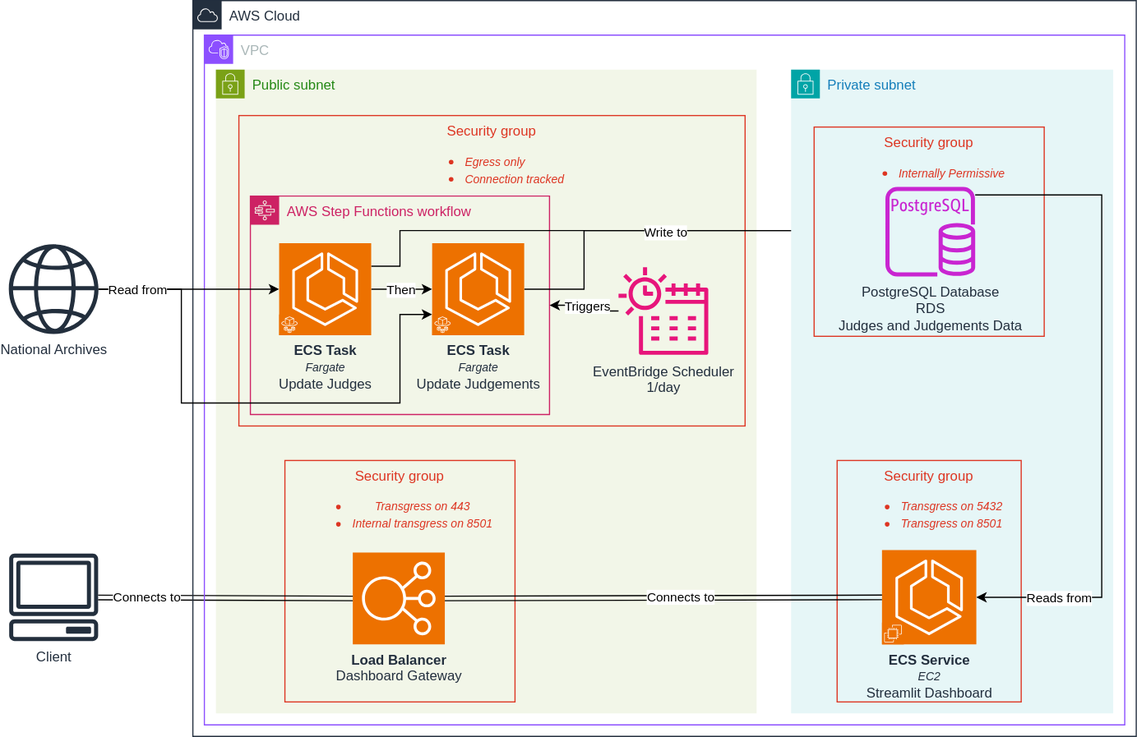
The draw.io diagram dev-resources/architecture-diagram.svg in anisahhoque/c15-court-transcript-pipeline, before a commit. Source tidied: cells renumbered, new cells last; positions are measured from the earlier drawing's top-left corner, leaving out a move shared by most shapes.
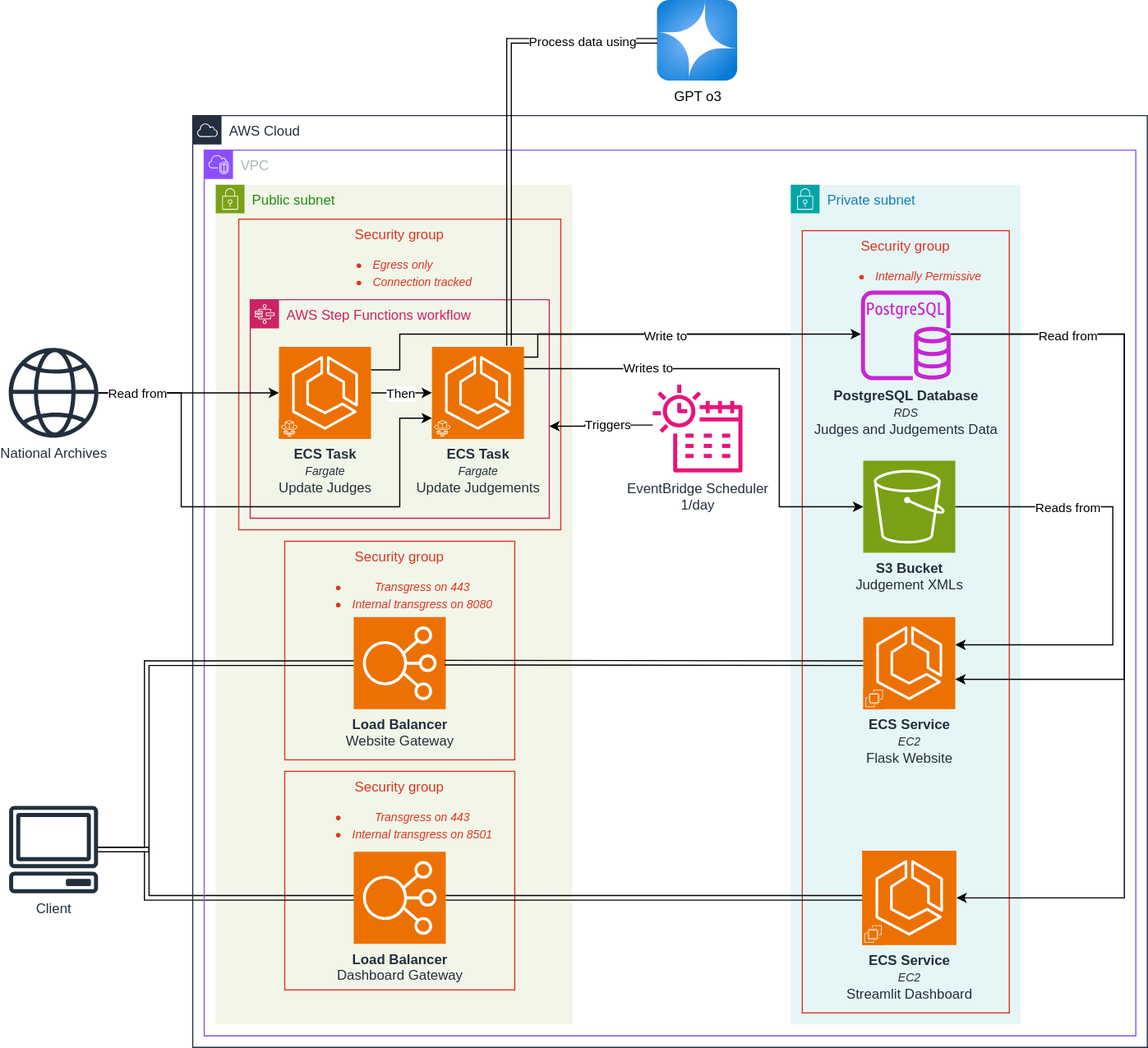
The same diagram one commit later.

Commit message:
Adds website and GPT to architecture diagram

Diff of the diagram source:
```diff
@@ -3,30 +3,35 @@
     <mxCell id="0" />
     <mxCell id="1" parent="0" />
     <mxCell id="2" value="Public subnet" style="gradientColor=none;html=1;whiteSpace=wrap;fontSize=12;fontStyle=0;shape=mxgraph.aws4.group;grIcon=mxgraph.aws4.group_security_group;grStroke=0;strokeColor=#7AA116;fillColor=#F2F6E8;verticalAlign=top;align=left;spacingLeft=30;fontColor=#248814;dashed=0;" parent="1" vertex="1">
-      <mxGeometry x="180" y="60" width="470" height="560" as="geometry" />
+      <mxGeometry x="180" y="70" width="310" height="730" as="geometry" />
     </mxCell>
     <mxCell id="3" value="Security group&lt;div&gt;&lt;ul&gt;&lt;li style=&quot;text-align: left;&quot;&gt;&lt;i&gt;&lt;font style=&quot;font-size: 10px;&quot;&gt;Egress only&lt;/font&gt;&lt;/i&gt;&lt;/li&gt;&lt;li&gt;&lt;i&gt;&lt;font style=&quot;font-size: 10px;&quot;&gt;Connection t&lt;/font&gt;&lt;/i&gt;&lt;i style=&quot;background-color: transparent; color: light-dark(rgb(221, 53, 34), rgb(255, 133, 117));&quot;&gt;&lt;font style=&quot;font-size: 10px;&quot;&gt;racked&lt;/font&gt;&lt;/i&gt;&lt;/li&gt;&lt;/ul&gt;&lt;/div&gt;" style="fillColor=none;strokeColor=#DD3522;verticalAlign=top;fontStyle=0;fontColor=#DD3522;whiteSpace=wrap;html=1;" parent="1" vertex="1">
-      <mxGeometry x="200" y="100" width="440" height="270" as="geometry" />
+      <mxGeometry x="200" y="100" width="280" height="270" as="geometry" />
     </mxCell>
     <mxCell id="4" value="Security group&lt;div&gt;&lt;ul&gt;&lt;li&gt;&lt;span style=&quot;background-color: transparent; color: light-dark(rgb(221, 53, 34), rgb(255, 133, 117));&quot;&gt;&lt;font style=&quot;font-size: 10px;&quot;&gt;&lt;i&gt;Transgress on 443&lt;/i&gt;&lt;/font&gt;&lt;/span&gt;&lt;/li&gt;&lt;li&gt;&lt;span style=&quot;background-color: transparent; color: light-dark(rgb(221, 53, 34), rgb(255, 133, 117));&quot;&gt;&lt;font style=&quot;font-size: 10px;&quot;&gt;&lt;i&gt;Internal transgress on 8501&lt;/i&gt;&lt;/font&gt;&lt;/span&gt;&lt;/li&gt;&lt;/ul&gt;&lt;/div&gt;" style="fillColor=none;strokeColor=#DD3522;verticalAlign=top;fontStyle=0;fontColor=#DD3522;whiteSpace=wrap;html=1;" parent="1" vertex="1">
-      <mxGeometry x="240" y="400" width="200" height="210" as="geometry" />
+      <mxGeometry x="240" y="580" width="200" height="190" as="geometry" />
     </mxCell>
     <mxCell id="5" value="&lt;b&gt;Load Balancer&lt;/b&gt;&lt;div&gt;Dashboard Gateway&lt;/div&gt;" style="sketch=0;points=[[0,0,0],[0.25,0,0],[0.5,0,0],[0.75,0,0],[1,0,0],[0,1,0],[0.25,1,0],[0.5,1,0],[0.75,1,0],[1,1,0],[0,0.25,0],[0,0.5,0],[0,0.75,0],[1,0.25,0],[1,0.5,0],[1,0.75,0]];outlineConnect=0;fontColor=#232F3E;fillColor=#ED7100;strokeColor=#ffffff;dashed=0;verticalLabelPosition=bottom;verticalAlign=top;align=center;html=1;fontSize=12;fontStyle=0;shape=mxgraph.aws4.resourceIcon;resIcon=mxgraph.aws4.elastic_load_balancing;" parent="1" vertex="1">
-      <mxGeometry x="299" y="480" width="80" height="80" as="geometry" />
+      <mxGeometry x="300" y="650" width="80" height="80" as="geometry" />
     </mxCell>
     <mxCell id="6" value="AWS Step Functions workflow" style="points=[[0,0],[0.25,0],[0.5,0],[0.75,0],[1,0],[1,0.25],[1,0.5],[1,0.75],[1,1],[0.75,1],[0.5,1],[0.25,1],[0,1],[0,0.75],[0,0.5],[0,0.25]];outlineConnect=0;gradientColor=none;html=1;whiteSpace=wrap;fontSize=12;fontStyle=0;shape=mxgraph.aws4.group;grIcon=mxgraph.aws4.group_aws_step_functions_workflow;strokeColor=#CD2264;fillColor=none;verticalAlign=top;align=left;spacingLeft=30;fontColor=#CD2264;dashed=0;" parent="1" vertex="1">
       <mxGeometry x="210" y="170" width="260" height="190" as="geometry" />
     </mxCell>
     <mxCell id="7" style="edgeStyle=orthogonalEdgeStyle;rounded=0;jettySize=auto;html=1;" parent="1" edge="1" source="9" target="6">
-      <mxGeometry relative="1" as="geometry" />
+      <mxGeometry relative="1" as="geometry">
+        <Array as="points">
+          <mxPoint x="501" y="279" />
+          <mxPoint x="501" y="280" />
+        </Array>
+      </mxGeometry>
     </mxCell>
     <mxCell id="8" value="Triggers" style="edgeLabel;html=1;align=center;verticalAlign=middle;" parent="7" vertex="1">
       <mxGeometry x="0.07" y="-1" relative="1" as="geometry">
-        <mxPoint x="2" y="1" as="offset" />
+        <mxPoint x="9" as="offset" />
       </mxGeometry>
     </mxCell>
     <mxCell id="9" value="EventBridge Scheduler&lt;div&gt;1/day&lt;/div&gt;" style="sketch=0;outlineConnect=0;fontColor=#232F3E;gradientColor=none;fillColor=#E7157B;strokeColor=none;dashed=0;verticalLabelPosition=bottom;verticalAlign=top;align=center;html=1;fontSize=12;fontStyle=0;shape=mxgraph.aws4.eventbridge_scheduler;" parent="1" vertex="1">
-      <mxGeometry x="530" y="231" width="78" height="78" as="geometry" />
+      <mxGeometry x="560" y="243" width="78" height="78" as="geometry" />
     </mxCell>
     <mxCell id="10" style="edgeStyle=orthogonalEdgeStyle;rounded=0;jettySize=auto;html=1;exitX=1;exitY=0.25;exitDx=0;exitDy=0;exitPerimeter=0;" parent="1" edge="1" source="32" target="26">
       <mxGeometry relative="1" as="geometry">
@@ -40,65 +45,44 @@
       <mxGeometry y="212" width="78" height="78" as="geometry" />
     </mxCell>
     <mxCell id="12" value="Client" style="sketch=0;outlineConnect=0;fontColor=#232F3E;gradientColor=none;fillColor=#232F3D;strokeColor=none;dashed=0;verticalLabelPosition=bottom;verticalAlign=top;align=center;html=1;fontSize=12;fontStyle=0;shape=mxgraph.aws4.client;" parent="1" vertex="1">
-      <mxGeometry y="481" width="78" height="76" as="geometry" />
+      <mxGeometry y="610" width="78" height="76" as="geometry" />
     </mxCell>
     <mxCell id="13" style="shape=link;html=1;rounded=0;entryX=0;entryY=0.5;entryDx=0;entryDy=0;entryPerimeter=0;" parent="1" edge="1" source="12" target="5">
-      <mxGeometry relative="1" as="geometry" />
+      <mxGeometry relative="1" as="geometry">
+        <Array as="points">
+          <mxPoint x="120" y="648" />
+          <mxPoint x="120" y="690" />
+        </Array>
+      </mxGeometry>
     </mxCell>
-    <mxCell id="14" value="Connects to" style="edgeLabel;html=1;align=center;verticalAlign=middle;" parent="13" vertex="1">
-      <mxGeometry x="0.04" y="1" relative="1" as="geometry">
-        <mxPoint x="-73" as="offset" />
-      </mxGeometry>
-    </mxCell>
     <mxCell id="15" value="VPC" style="gradientColor=none;html=1;whiteSpace=wrap;fontSize=12;fontStyle=0;shape=mxgraph.aws4.group;grIcon=mxgraph.aws4.group_vpc2;strokeColor=#8C4FFF;fillColor=none;verticalAlign=top;align=left;spacingLeft=30;fontColor=#AAB7B8;dashed=0;" parent="1" vertex="1">
-      <mxGeometry x="170" y="30" width="800" height="600" as="geometry" />
+      <mxGeometry x="170" y="40" width="810" height="770" as="geometry" />
     </mxCell>
     <mxCell id="16" value="AWS Cloud" style="gradientColor=none;html=1;whiteSpace=wrap;fontSize=12;fontStyle=0;shape=mxgraph.aws4.group;grIcon=mxgraph.aws4.group_aws_cloud;strokeColor=#232F3E;fillColor=none;verticalAlign=top;align=left;spacingLeft=30;fontColor=#232F3E;dashed=0;" parent="1" vertex="1">
-      <mxGeometry x="160" width="820" height="640" as="geometry" />
+      <mxGeometry x="160" y="10" width="830" height="810" as="geometry" />
     </mxCell>
-    <mxCell id="17" style="edgeStyle=orthogonalEdgeStyle;rounded=0;jettySize=auto;html=1;exitX=1;exitY=0.5;exitDx=0;exitDy=0;exitPerimeter=0;" parent="1" edge="1" source="34" target="26">
-      <mxGeometry relative="1" as="geometry">
-        <Array as="points">
-          <mxPoint x="500" y="251" />
-          <mxPoint x="500" y="200" />
-        </Array>
-      </mxGeometry>
-    </mxCell>
-    <mxCell id="18" value="Write to" style="edgeLabel;html=1;align=center;verticalAlign=middle;" parent="17" vertex="1">
-      <mxGeometry x="0.19" y="2" relative="1" as="geometry">
-        <mxPoint x="-45" y="3" as="offset" />
-      </mxGeometry>
-    </mxCell>
     <mxCell id="19" value="Private subnet" style="gradientColor=none;html=1;whiteSpace=wrap;fontSize=12;fontStyle=0;shape=mxgraph.aws4.group;grIcon=mxgraph.aws4.group_security_group;grStroke=0;strokeColor=#00A4A6;fillColor=#E6F6F7;verticalAlign=top;align=left;spacingLeft=30;fontColor=#147EBA;dashed=0;" parent="1" vertex="1">
-      <mxGeometry x="680" y="60" width="280" height="560" as="geometry" />
+      <mxGeometry x="680" y="70" width="200" height="730" as="geometry" />
     </mxCell>
     <mxCell id="20" value="Security group&lt;div&gt;&lt;ul&gt;&lt;li&gt;&lt;font style=&quot;font-size: 10px;&quot;&gt;&lt;i&gt;Internally Permissive&lt;/i&gt;&lt;/font&gt;&lt;/li&gt;&lt;/ul&gt;&lt;/div&gt;" style="fillColor=none;strokeColor=#DD3522;verticalAlign=top;fontStyle=0;fontColor=#DD3522;whiteSpace=wrap;html=1;" parent="1" vertex="1">
-      <mxGeometry x="700" y="110" width="200" height="182" as="geometry" />
+      <mxGeometry x="690" y="110" width="180" height="680" as="geometry" />
     </mxCell>
-    <mxCell id="21" value="Security group&lt;div&gt;&lt;ul&gt;&lt;li&gt;&lt;span style=&quot;background-color: transparent; color: light-dark(rgb(221, 53, 34), rgb(255, 133, 117));&quot;&gt;&lt;font style=&quot;font-size: 10px;&quot;&gt;&lt;i&gt;Transgress on 5432&lt;/i&gt;&lt;/font&gt;&lt;/span&gt;&lt;/li&gt;&lt;li&gt;&lt;span style=&quot;background-color: transparent; color: light-dark(rgb(221, 53, 34), rgb(255, 133, 117));&quot;&gt;&lt;font style=&quot;font-size: 10px;&quot;&gt;&lt;i&gt;Transgress on 8501&lt;/i&gt;&lt;/font&gt;&lt;/span&gt;&lt;/li&gt;&lt;/ul&gt;&lt;/div&gt;" style="fillColor=none;strokeColor=#DD3522;verticalAlign=top;fontStyle=0;fontColor=#DD3522;whiteSpace=wrap;html=1;" parent="1" vertex="1">
-      <mxGeometry x="720" y="400" width="160" height="210" as="geometry" />
-    </mxCell>
     <mxCell id="22" value="&lt;b&gt;ECS Service&lt;/b&gt;&lt;div&gt;&lt;i&gt;&lt;font style=&quot;font-size: 10px;&quot;&gt;EC2&lt;/font&gt;&lt;/i&gt;&lt;/div&gt;&lt;div&gt;Streamlit Dashboard&lt;/div&gt;" style="sketch=0;points=[[0,0,0],[0.25,0,0],[0.5,0,0],[0.75,0,0],[1,0,0],[0,1,0],[0.25,1,0],[0.5,1,0],[0.75,1,0],[1,1,0],[0,0.25,0],[0,0.5,0],[0,0.75,0],[1,0.25,0],[1,0.5,0],[1,0.75,0]];outlineConnect=0;fontColor=#232F3E;fillColor=#ED7100;strokeColor=#ffffff;dashed=0;verticalLabelPosition=bottom;verticalAlign=top;align=center;html=1;fontSize=12;fontStyle=0;shape=mxgraph.aws4.resourceIcon;resIcon=mxgraph.aws4.ecs;" parent="1" vertex="1">
-      <mxGeometry x="759" y="478" width="82" height="82" as="geometry" />
+      <mxGeometry x="742" y="649" width="82" height="82" as="geometry" />
     </mxCell>
     <mxCell id="23" style="sketch=0;fontColor=#232F3E;fillColor=#ED7100;strokeColor=#ffffff;dashed=0;verticalLabelPosition=bottom;verticalAlign=top;align=center;html=1;fontSize=12;fontStyle=0;shape=mxgraph.aws4.resourceIcon;resIcon=mxgraph.aws4.ec2;" parent="1" vertex="1">
-      <mxGeometry x="759" y="541" width="19" height="19" as="geometry" />
+      <mxGeometry x="742" y="712" width="19" height="19" as="geometry" />
     </mxCell>
     <mxCell id="24" style="edgeStyle=orthogonalEdgeStyle;rounded=0;jettySize=auto;html=1;" parent="1" edge="1" source="26" target="22">
       <mxGeometry relative="1" as="geometry">
         <Array as="points">
-          <mxPoint x="950" y="169" />
-          <mxPoint x="950" y="519" />
+          <mxPoint x="970" y="200" />
+          <mxPoint x="970" y="690" />
         </Array>
       </mxGeometry>
     </mxCell>
-    <mxCell id="25" value="Reads from" style="edgeLabel;html=1;align=center;verticalAlign=middle;" parent="24" vertex="1">
-      <mxGeometry x="0.78" relative="1" as="geometry">
-        <mxPoint x="9" as="offset" />
-      </mxGeometry>
-    </mxCell>
-    <mxCell id="26" value="PostgreSQL Database&lt;div&gt;RDS&lt;/div&gt;&lt;div&gt;Judges and Judgements Data&lt;/div&gt;" style="sketch=0;outlineConnect=0;fontColor=#232F3E;gradientColor=none;fillColor=#C925D1;strokeColor=none;dashed=0;verticalLabelPosition=bottom;verticalAlign=top;align=center;html=1;fontSize=12;fontStyle=0;shape=mxgraph.aws4.rds_postgresql_instance;" parent="1" vertex="1">
-      <mxGeometry x="762" y="162" width="78" height="78" as="geometry" />
+    <mxCell id="26" value="&lt;b&gt;PostgreSQL Database&lt;/b&gt;&lt;div&gt;&lt;font style=&quot;font-size: 10px;&quot;&gt;&lt;i&gt;RDS&lt;/i&gt;&lt;/font&gt;&lt;/div&gt;&lt;div&gt;Judges and Judgements Data&lt;/div&gt;" style="sketch=0;outlineConnect=0;fontColor=#232F3E;gradientColor=none;fillColor=#C925D1;strokeColor=none;dashed=0;verticalLabelPosition=bottom;verticalAlign=top;align=center;html=1;fontSize=12;fontStyle=0;shape=mxgraph.aws4.rds_postgresql_instance;" parent="1" vertex="1">
+      <mxGeometry x="741" y="162" width="78" height="78" as="geometry" />
     </mxCell>
     <mxCell id="27" style="edgeStyle=orthogonalEdgeStyle;rounded=0;jettySize=auto;html=1;entryX=0;entryY=0.5;entryDx=0;entryDy=0;entryPerimeter=0;" parent="1" edge="1" source="11" target="32">
       <mxGeometry relative="1" as="geometry" />
@@ -141,10 +125,100 @@
     <mxCell id="36" style="shape=link;html=1;rounded=0;exitX=1;exitY=0.5;exitDx=0;exitDy=0;exitPerimeter=0;" parent="1" edge="1" source="5" target="22">
       <mxGeometry relative="1" as="geometry" />
     </mxCell>
-    <mxCell id="37" value="Connects to" style="edgeLabel;html=1;align=center;verticalAlign=middle;" parent="36" vertex="1">
-      <mxGeometry x="0.04" y="1" relative="1" as="geometry">
-        <mxPoint x="8" as="offset" />
-      </mxGeometry>
-    </mxCell>
+    <mxCell id="17" style="edgeStyle=orthogonalEdgeStyle;rounded=0;jettySize=auto;html=1;" parent="1" edge="1" target="26">
+      <mxGeometry relative="1" as="geometry">
+        <mxPoint x="448" y="220" as="sourcePoint" />
+        <Array as="points">
+          <mxPoint x="460" y="220" />
+          <mxPoint x="460" y="200" />
+        </Array>
+      </mxGeometry>
+    </mxCell>
+    <mxCell id="18" value="Write to" style="edgeLabel;html=1;align=center;verticalAlign=middle;" parent="17" vertex="1">
+      <mxGeometry x="0.19" y="2" relative="1" as="geometry">
+        <mxPoint x="-45" y="3" as="offset" />
+      </mxGeometry>
+    </mxCell>
+    <mxCell id="38" value="Security group&lt;div&gt;&lt;ul&gt;&lt;li&gt;&lt;span style=&quot;background-color: transparent; color: light-dark(rgb(221, 53, 34), rgb(255, 133, 117));&quot;&gt;&lt;font style=&quot;font-size: 10px;&quot;&gt;&lt;i&gt;Transgress on 443&lt;/i&gt;&lt;/font&gt;&lt;/span&gt;&lt;/li&gt;&lt;li&gt;&lt;span style=&quot;background-color: transparent; color: light-dark(rgb(221, 53, 34), rgb(255, 133, 117));&quot;&gt;&lt;font style=&quot;font-size: 10px;&quot;&gt;&lt;i&gt;Internal transgress on 8080&lt;/i&gt;&lt;/font&gt;&lt;/span&gt;&lt;/li&gt;&lt;/ul&gt;&lt;/div&gt;" style="fillColor=none;strokeColor=#DD3522;verticalAlign=top;fontStyle=0;fontColor=#DD3522;whiteSpace=wrap;html=1;" parent="1" vertex="1">
+      <mxGeometry x="240" y="380" width="200" height="190" as="geometry" />
+    </mxCell>
+    <mxCell id="39" value="&lt;b&gt;Load Balancer&lt;/b&gt;&lt;div&gt;Website Gateway&lt;/div&gt;" style="sketch=0;points=[[0,0,0],[0.25,0,0],[0.5,0,0],[0.75,0,0],[1,0,0],[0,1,0],[0.25,1,0],[0.5,1,0],[0.75,1,0],[1,1,0],[0,0.25,0],[0,0.5,0],[0,0.75,0],[1,0.25,0],[1,0.5,0],[1,0.75,0]];outlineConnect=0;fontColor=#232F3E;fillColor=#ED7100;strokeColor=#ffffff;dashed=0;verticalLabelPosition=bottom;verticalAlign=top;align=center;html=1;fontSize=12;fontStyle=0;shape=mxgraph.aws4.resourceIcon;resIcon=mxgraph.aws4.elastic_load_balancing;" parent="1" vertex="1">
+      <mxGeometry x="300" y="446" width="80" height="80" as="geometry" />
+    </mxCell>
+    <mxCell id="40" style="edgeStyle=orthogonalEdgeStyle;rounded=0;jettySize=auto;html=1;" parent="1" edge="1" source="41" target="42">
+      <mxGeometry relative="1" as="geometry">
+        <Array as="points">
+          <mxPoint x="960" y="350" />
+          <mxPoint x="960" y="470" />
+        </Array>
+      </mxGeometry>
+    </mxCell>
+    <mxCell id="25" value="Reads from" style="edgeLabel;html=1;align=center;verticalAlign=middle;" parent="40" vertex="1">
+      <mxGeometry x="-0.51" y="3" relative="1" as="geometry">
+        <mxPoint y="3" as="offset" />
+      </mxGeometry>
+    </mxCell>
+    <mxCell id="41" value="&lt;b&gt;S3 Bucket&lt;/b&gt;&lt;div&gt;Judgement XMLs&lt;/div&gt;" style="sketch=0;points=[[0,0,0],[0.25,0,0],[0.5,0,0],[0.75,0,0],[1,0,0],[0,1,0],[0.25,1,0],[0.5,1,0],[0.75,1,0],[1,1,0],[0,0.25,0],[0,0.5,0],[0,0.75,0],[1,0.25,0],[1,0.5,0],[1,0.75,0]];outlineConnect=0;fontColor=#232F3E;fillColor=#7AA116;strokeColor=#ffffff;dashed=0;verticalLabelPosition=bottom;verticalAlign=top;align=center;html=1;fontSize=12;fontStyle=0;shape=mxgraph.aws4.resourceIcon;resIcon=mxgraph.aws4.s3;" parent="1" vertex="1">
+      <mxGeometry x="743" y="310" width="80" height="80" as="geometry" />
+    </mxCell>
+    <mxCell id="42" value="&lt;b&gt;ECS Service&lt;/b&gt;&lt;div&gt;&lt;i&gt;&lt;font style=&quot;font-size: 10px;&quot;&gt;EC2&lt;/font&gt;&lt;/i&gt;&lt;/div&gt;&lt;div&gt;Flask Website&lt;/div&gt;" style="sketch=0;points=[[0,0,0],[0.25,0,0],[0.5,0,0],[0.75,0,0],[1,0,0],[0,1,0],[0.25,1,0],[0.5,1,0],[0.75,1,0],[1,1,0],[0,0.25,0],[0,0.5,0],[0,0.75,0],[1,0.25,0],[1,0.5,0],[1,0.75,0]];outlineConnect=0;fontColor=#232F3E;fillColor=#ED7100;strokeColor=#ffffff;dashed=0;verticalLabelPosition=bottom;verticalAlign=top;align=center;html=1;fontSize=12;fontStyle=0;shape=mxgraph.aws4.resourceIcon;resIcon=mxgraph.aws4.ecs;" parent="1" vertex="1">
+      <mxGeometry x="743" y="446" width="80" height="80" as="geometry" />
+    </mxCell>
+    <mxCell id="43" style="sketch=0;fontColor=#232F3E;fillColor=#ED7100;strokeColor=#ffffff;dashed=0;verticalLabelPosition=bottom;verticalAlign=top;align=center;html=1;fontSize=12;fontStyle=0;shape=mxgraph.aws4.resourceIcon;resIcon=mxgraph.aws4.ec2;" parent="1" vertex="1">
+      <mxGeometry x="743" y="507" width="19" height="19" as="geometry" />
+    </mxCell>
+    <mxCell id="44" style="edgeStyle=orthogonalEdgeStyle;rounded=0;jettySize=auto;html=1;" parent="1" edge="1" source="26" target="42">
+      <mxGeometry relative="1" as="geometry">
+        <Array as="points">
+          <mxPoint x="970" y="200" />
+          <mxPoint x="970" y="500" />
+        </Array>
+      </mxGeometry>
+    </mxCell>
+    <mxCell id="45" value="Read from" style="edgeLabel;html=1;align=center;verticalAlign=middle;" parent="44" vertex="1">
+      <mxGeometry x="-0.7" y="-1" relative="1" as="geometry">
+        <mxPoint x="11" as="offset" />
+      </mxGeometry>
+    </mxCell>
+    <mxCell id="46" style="edgeStyle=orthogonalEdgeStyle;rounded=0;jettySize=auto;html=1;entryX=0;entryY=0.5;entryDx=0;entryDy=0;entryPerimeter=0;" parent="1" edge="1" source="34" target="41">
+      <mxGeometry relative="1" as="geometry">
+        <Array as="points">
+          <mxPoint x="670" y="230" />
+          <mxPoint x="670" y="350" />
+        </Array>
+      </mxGeometry>
+    </mxCell>
+    <mxCell id="47" value="Writes to" style="edgeLabel;html=1;align=center;verticalAlign=middle;" parent="46" vertex="1">
+      <mxGeometry x="-0.48" y="1" relative="1" as="geometry" />
+    </mxCell>
+    <mxCell id="48" style="shape=link;html=1;rounded=0;entryX=0;entryY=0.5;entryDx=0;entryDy=0;entryPerimeter=0;" parent="1" edge="1" source="12" target="39">
+      <mxGeometry relative="1" as="geometry">
+        <Array as="points">
+          <mxPoint x="120" y="648" />
+          <mxPoint x="120" y="486" />
+        </Array>
+      </mxGeometry>
+    </mxCell>
+    <mxCell id="49" style="shape=link;html=1;rounded=0;exitX=1;exitY=0.5;exitDx=0;exitDy=0;exitPerimeter=0;entryX=0;entryY=0.5;entryDx=0;entryDy=0;entryPerimeter=0;" parent="1" edge="1" target="42">
+      <mxGeometry relative="1" as="geometry">
+        <mxPoint x="379" y="485.5" as="sourcePoint" />
+      </mxGeometry>
+    </mxCell>
+    <mxCell id="50" value="GPT o3" style="image;html=1;points=[];align=center;fontSize=12;image=img/lib/azure2/ai_machine_learning/Azure_OpenAI.svg;" parent="1" vertex="1">
+      <mxGeometry x="564" y="-90" width="70" height="70" as="geometry" />
+    </mxCell>
+    <mxCell id="51" style="shape=link;html=1;rounded=0;" parent="1" edge="1" target="50">
+      <mxGeometry relative="1" as="geometry">
+        <mxPoint x="435" y="210" as="sourcePoint" />
+        <Array as="points">
+          <mxPoint x="435" y="-55" />
+        </Array>
+      </mxGeometry>
+    </mxCell>
+    <mxCell id="52" value="Process data using" style="edgeLabel;html=1;align=center;verticalAlign=middle;" parent="51" vertex="1">
+      <mxGeometry x="0.72" y="-1" relative="1" as="geometry">
+        <mxPoint x="-11" y="-1" as="offset" />
+      </mxGeometry>
+    </mxCell>
   </root>
 </mxGraphModel>
```
